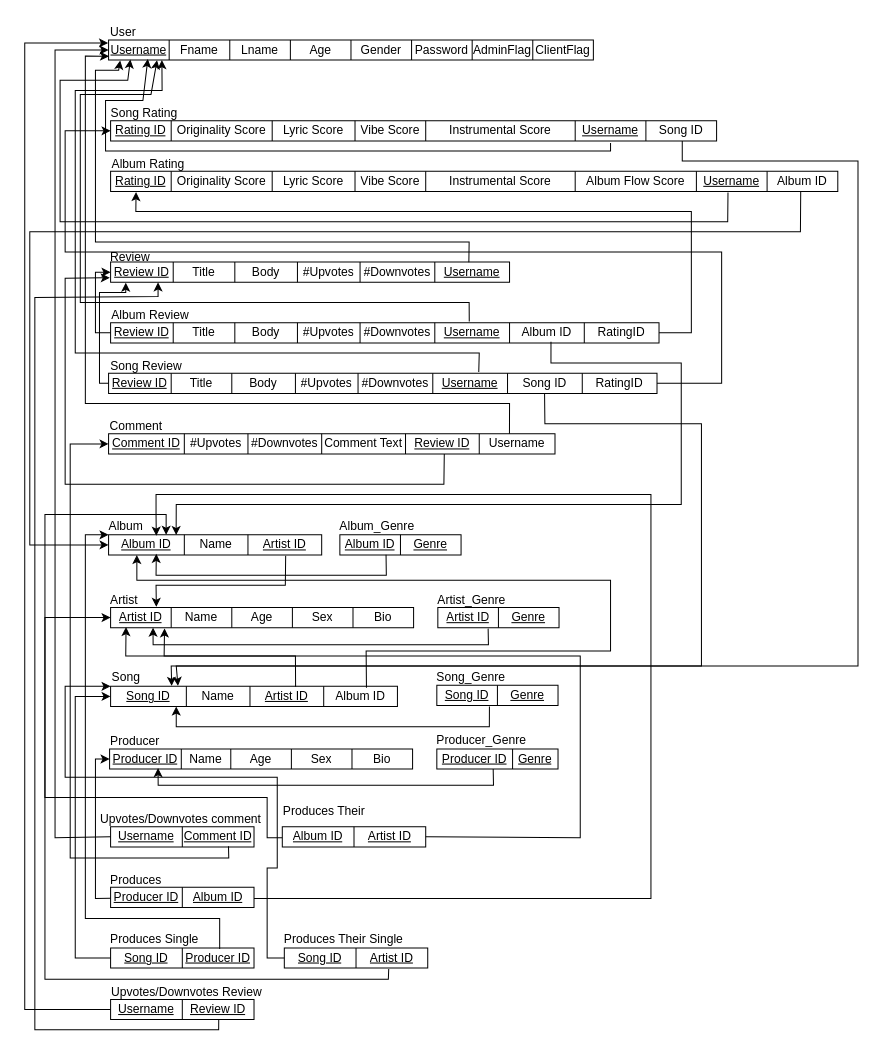
Before: CPSC 471 Project RM.drawio in alexchchen/musicrant, a draw.io diagram. Source tidied: cells renumbered, new cells numbered last; positions are measured from the earlier drawing's top-left corner, leaving out a move shared by most shapes. Both pictures are drawn from the tidied source at 101%, with x=0, y=0 at pixel (24, 17).
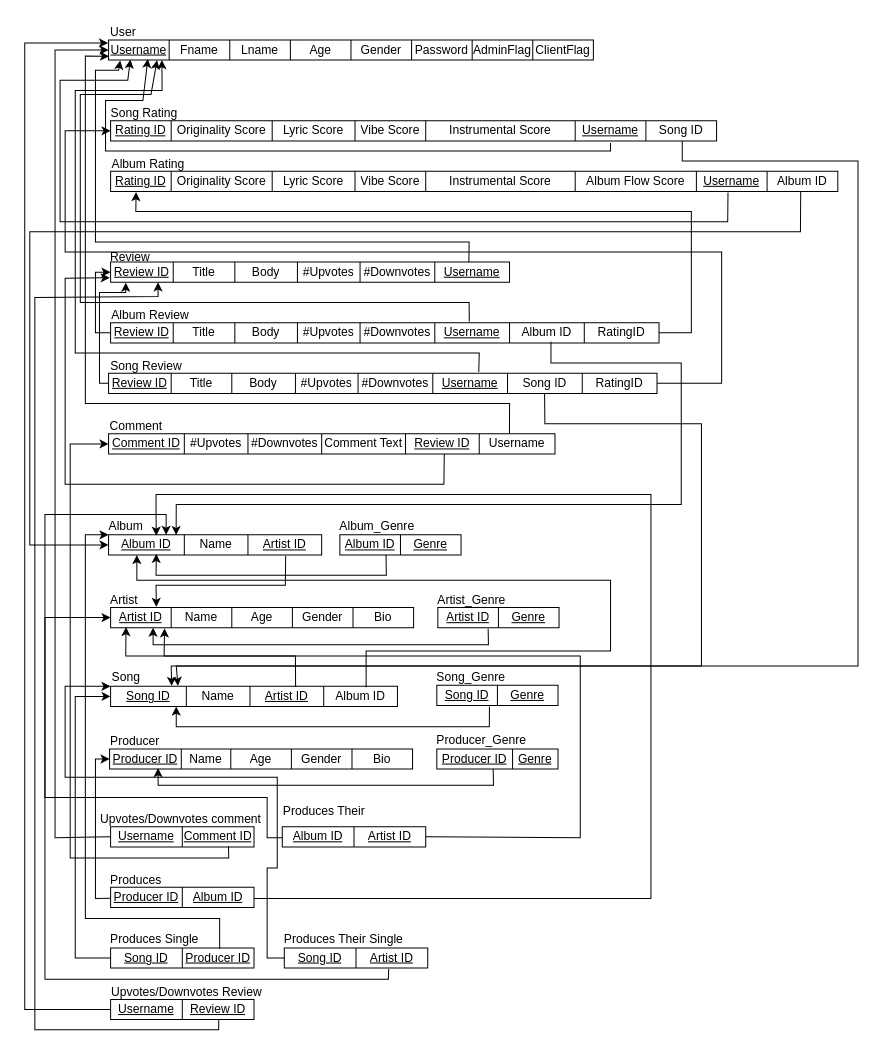
The same diagram, later.

Commit message (it also covers changes not shown here):
Update artist, producer sex to gender

The change refers to these unchanged cells:
```xml
<mxCell id="6" style="shape=tableRow;horizontal=0;startSize=0;swimlaneHead=0;swimlaneBody=0;strokeColor=inherit;top=0;left=0;bottom=0;right=0;fillColor=none;points=[[0,0.5],[1,0.5]];portConstraint=eastwest;" parent="5" vertex="1">
  <mxGeometry width="300" height="20" as="geometry" />
</mxCell>
<mxCell id="100" style="shape=tableRow;horizontal=0;startSize=0;swimlaneHead=0;swimlaneBody=0;strokeColor=inherit;top=0;left=0;bottom=0;right=0;fillColor=none;points=[[0,0.5],[1,0.5]];portConstraint=eastwest;" parent="99" vertex="1">
  <mxGeometry width="284" height="20" as="geometry" />
</mxCell>
<mxCell id="114" style="shape=tableRow;horizontal=0;startSize=0;swimlaneHead=0;swimlaneBody=0;strokeColor=inherit;top=0;left=0;bottom=0;right=0;fillColor=none;points=[[0,0.5],[1,0.5]];portConstraint=eastwest;" parent="113" vertex="1">
  <mxGeometry width="300" height="20" as="geometry" />
</mxCell>
```

Diff of the diagram source:
```diff
@@
-    <mxCell id="10" value="Sex" style="shape=partialRectangle;html=1;whiteSpace=wrap;strokeColor=inherit;overflow=hidden;fillColor=none;top=0;left=0;bottom=0;right=0;" parent="6" vertex="1">
+    <mxCell id="10" value="Gender" style="shape=partialRectangle;html=1;whiteSpace=wrap;strokeColor=inherit;overflow=hidden;fillColor=none;top=0;left=0;bottom=0;right=0;" parent="6" vertex="1">
       <mxGeometry x="180" width="60" height="20" as="geometry" />
     </mxCell>
@@
-    <mxCell id="118" value="Sex" style="shape=partialRectangle;html=1;whiteSpace=wrap;strokeColor=inherit;overflow=hidden;fillColor=none;top=0;left=0;bottom=0;right=0;" parent="114" vertex="1">
+    <mxCell id="118" value="Gender" style="shape=partialRectangle;html=1;whiteSpace=wrap;strokeColor=inherit;overflow=hidden;fillColor=none;top=0;left=0;bottom=0;right=0;" parent="114" vertex="1">
       <mxGeometry x="180" width="60" height="20" as="geometry" />
     </mxCell>
@@
-    <mxCell id="173" style="endArrow=classic;html=1;rounded=0;exitX=0.892;exitY=0.067;exitDx=0;exitDy=0;exitPerimeter=0;" parent="1" edge="1" source="100">
+    <mxCell id="173" style="endArrow=classic;html=1;rounded=0;" parent="1" edge="1">
       <mxGeometry relative="1" as="geometry">
+        <mxPoint x="338" y="663" as="sourcePoint" />
         <mxPoint x="111" y="532" as="targetPoint" />
         <Array as="points">
           <mxPoint x="338" y="627" />
           <mxPoint x="580" y="627" />
           <mxPoint x="580" y="557" />
           <mxPoint x="111" y="557" />
         </Array>
       </mxGeometry>
     </mxCell>
```
